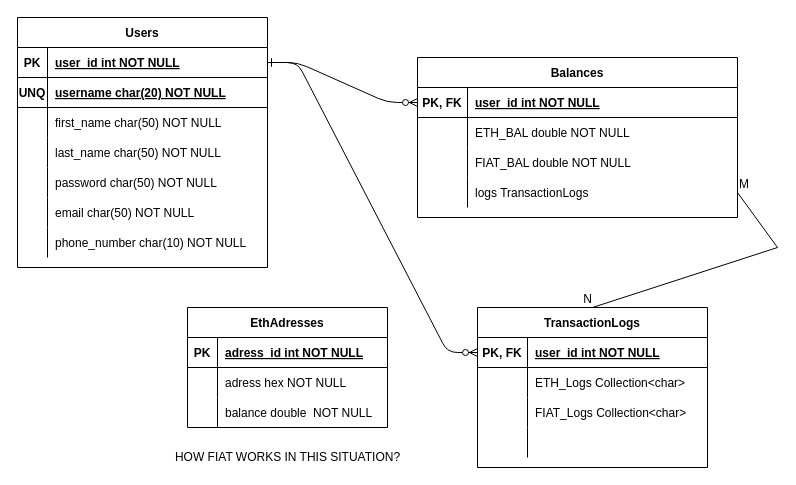
Before: DrawIo diagrams/DatabaseTables.drawio in Danyelss/License-Backend-Spring-Boot, a draw.io diagram. Source tidied: cells renumbered, new cells numbered last; positions are measured from the earlier drawing's top-left corner, leaving out a move shared by most shapes. Both pictures are drawn from the tidied source at 100%, with x=0, y=0 at pixel (17, 17).
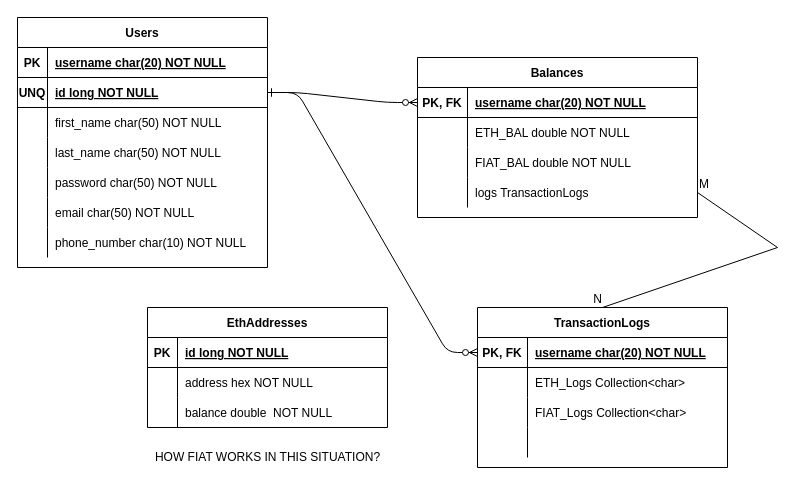
After the change.

The change refers to these unchanged cells:
```xml
<mxCell id="2" value="Users" style="shape=table;startSize=30;childLayout=tableLayout;rowLines=0;fontStyle=1;align=center;" parent="1" vertex="1">
  <mxGeometry width="250" height="250" as="geometry" />
</mxCell>
```

What changed in the source:
```diff
@@
+    <mxCell id="6" style="shape=partialRectangle;fillColor=none;top=0;left=0;right=0;bottom=1;" parent="2" vertex="1">
+      <mxGeometry y="30" width="250" height="30" as="geometry" />
+    </mxCell>
+    <mxCell id="7" value="PK" style="shape=partialRectangle;overflow=hidden;fillColor=none;top=0;left=0;bottom=0;right=0;fontStyle=1;" parent="6" vertex="1">
+      <mxGeometry width="30" height="30" as="geometry" />
+    </mxCell>
+    <mxCell id="8" value="username char(20) NOT NULL " style="shape=partialRectangle;overflow=hidden;fillColor=none;top=0;left=0;bottom=0;right=0;align=left;spacingLeft=6;fontStyle=5;" parent="6" vertex="1">
+      <mxGeometry x="30" width="220" height="30" as="geometry" />
+    </mxCell>
     <mxCell id="3" style="shape=partialRectangle;fillColor=none;points=[[0,0.5],[1,0.5]];portConstraint=eastwest;top=0;left=0;right=0;bottom=1;" parent="2" vertex="1">
-      <mxGeometry y="30" width="250" height="30" as="geometry" />
+      <mxGeometry y="60" width="250" height="30" as="geometry" />
     </mxCell>
-    <mxCell id="4" value="PK" style="shape=partialRectangle;overflow=hidden;fillColor=none;top=0;left=0;bottom=0;right=0;fontStyle=1;" parent="3" vertex="1">
+    <mxCell id="4" value="UNQ" style="shape=partialRectangle;overflow=hidden;fillColor=none;top=0;left=0;bottom=0;right=0;fontStyle=1;" parent="3" vertex="1">
       <mxGeometry width="30" height="30" as="geometry" />
     </mxCell>
-    <mxCell id="5" value="user_id int NOT NULL" style="shape=partialRectangle;overflow=hidden;fillColor=none;top=0;left=0;bottom=0;right=0;align=left;spacingLeft=6;fontStyle=5;" parent="3" vertex="1">
+    <mxCell id="5" value="id long NOT NULL" style="shape=partialRectangle;overflow=hidden;fillColor=none;top=0;left=0;bottom=0;right=0;align=left;spacingLeft=6;fontStyle=5;" parent="3" vertex="1">
       <mxGeometry x="30" width="220" height="30" as="geometry" />
     </mxCell>
-    <mxCell id="6" style="shape=partialRectangle;fillColor=none;top=0;left=0;right=0;bottom=1;" parent="2" vertex="1">
-      <mxGeometry y="60" width="250" height="30" as="geometry" />
-    </mxCell>
-    <mxCell id="7" value="UNQ" style="shape=partialRectangle;overflow=hidden;fillColor=none;top=0;left=0;bottom=0;right=0;fontStyle=1;" parent="6" vertex="1">
-      <mxGeometry width="30" height="30" as="geometry" />
-    </mxCell>
-    <mxCell id="8" value="username char(20) NOT NULL " style="shape=partialRectangle;overflow=hidden;fillColor=none;top=0;left=0;bottom=0;right=0;align=left;spacingLeft=6;fontStyle=5;" parent="6" vertex="1">
-      <mxGeometry x="30" width="220" height="30" as="geometry" />
-    </mxCell>
@@
     <mxCell id="24" value="Balances" style="shape=table;startSize=30;childLayout=tableLayout;rowLines=0;fontStyle=1;align=center;" parent="1" vertex="1">
-      <mxGeometry x="400" y="40" width="320" height="160" as="geometry" />
+      <mxGeometry x="400" y="40" width="280" height="160" as="geometry" />
     </mxCell>
     <mxCell id="25" style="shape=partialRectangle;fillColor=none;top=0;left=0;bottom=1;right=0;points=[[0,0.5],[1,0.5]];portConstraint=eastwest;" parent="24" vertex="1">
-      <mxGeometry y="30" width="320" height="30" as="geometry" />
+      <mxGeometry y="30" width="280" height="30" as="geometry" />
     </mxCell>
@@
-    <mxCell id="27" value="user_id int NOT NULL" style="shape=partialRectangle;fillColor=none;top=0;left=0;bottom=0;right=0;align=left;spacingLeft=6;fontStyle=5;overflow=hidden;" parent="25" vertex="1">
-      <mxGeometry x="50" width="270" height="30" as="geometry" />
+    <mxCell id="27" value="username char(20) NOT NULL" style="shape=partialRectangle;fillColor=none;top=0;left=0;bottom=0;right=0;align=left;spacingLeft=6;fontStyle=5;overflow=hidden;" parent="25" vertex="1">
+      <mxGeometry x="50" width="230" height="30" as="geometry" />
     </mxCell>
     <mxCell id="28" style="shape=partialRectangle;fillColor=none;top=0;left=0;bottom=0;right=0;" parent="24" vertex="1">
-      <mxGeometry y="60" width="320" height="30" as="geometry" />
+      <mxGeometry y="60" width="280" height="30" as="geometry" />
     </mxCell>
@@
     <mxCell id="30" value="ETH_BAL double NOT NULL" style="shape=partialRectangle;fillColor=none;top=0;left=0;bottom=0;right=0;align=left;spacingLeft=6;overflow=hidden;" parent="28" vertex="1">
-      <mxGeometry x="50" width="270" height="30" as="geometry" />
+      <mxGeometry x="50" width="230" height="30" as="geometry" />
     </mxCell>
     <mxCell id="31" style="shape=partialRectangle;fillColor=none;top=0;left=0;bottom=0;right=0;" parent="24" vertex="1">
-      <mxGeometry y="90" width="320" height="30" as="geometry" />
+      <mxGeometry y="90" width="280" height="30" as="geometry" />
     </mxCell>
@@
     <mxCell id="33" value="FIAT_BAL double NOT NULL" style="shape=partialRectangle;fillColor=none;top=0;left=0;bottom=0;right=0;align=left;spacingLeft=6;overflow=hidden;" parent="31" vertex="1">
-      <mxGeometry x="50" width="270" height="30" as="geometry" />
+      <mxGeometry x="50" width="230" height="30" as="geometry" />
     </mxCell>
     <mxCell id="34" style="shape=partialRectangle;fillColor=none;top=0;left=0;bottom=0;right=0;points=[[0,0.5],[1,0.5]];portConstraint=eastwest;" parent="24" vertex="1">
-      <mxGeometry y="120" width="320" height="30" as="geometry" />
+      <mxGeometry y="120" width="280" height="30" as="geometry" />
     </mxCell>
@@
     <mxCell id="36" value="logs TransactionLogs" style="shape=partialRectangle;fillColor=none;top=0;left=0;bottom=0;right=0;align=left;spacingLeft=6;overflow=hidden;" parent="34" vertex="1">
-      <mxGeometry x="50" width="270" height="30" as="geometry" />
+      <mxGeometry x="50" width="230" height="30" as="geometry" />
     </mxCell>
@@
-    <mxCell id="38" value="EthAdresses" style="shape=table;startSize=30;childLayout=tableLayout;rowLines=0;fontStyle=1;align=center;" parent="1" vertex="1">
-      <mxGeometry x="170" y="290" width="200" height="120" as="geometry" />
+    <mxCell id="38" value="EthAddresses" style="shape=table;startSize=30;childLayout=tableLayout;rowLines=0;fontStyle=1;align=center;" parent="1" vertex="1">
+      <mxGeometry x="130" y="290" width="240" height="120" as="geometry" />
     </mxCell>
     <mxCell id="39" style="shape=partialRectangle;fillColor=none;top=0;left=0;bottom=1;right=0;" parent="38" vertex="1">
-      <mxGeometry y="30" width="200" height="30" as="geometry" />
+      <mxGeometry y="30" width="240" height="30" as="geometry" />
     </mxCell>
@@
-    <mxCell id="41" value="adress_id int NOT NULL" style="shape=partialRectangle;fillColor=none;top=0;left=0;bottom=0;right=0;align=left;spacingLeft=6;fontStyle=5;overflow=hidden;" parent="39" vertex="1">
-      <mxGeometry x="30" width="170" height="30" as="geometry" />
+    <mxCell id="41" value="id long NOT NULL" style="shape=partialRectangle;fillColor=none;top=0;left=0;bottom=0;right=0;align=left;spacingLeft=6;fontStyle=5;overflow=hidden;" parent="39" vertex="1">
+      <mxGeometry x="30" width="210" height="30" as="geometry" />
     </mxCell>
     <mxCell id="42" style="shape=partialRectangle;fillColor=none;top=0;left=0;bottom=0;right=0;" parent="38" vertex="1">
-      <mxGeometry y="60" width="200" height="30" as="geometry" />
+      <mxGeometry y="60" width="240" height="30" as="geometry" />
     </mxCell>
@@
-    <mxCell id="44" value="adress hex NOT NULL" style="shape=partialRectangle;fillColor=none;top=0;left=0;bottom=0;right=0;align=left;spacingLeft=6;overflow=hidden;" parent="42" vertex="1">
-      <mxGeometry x="30" width="170" height="30" as="geometry" />
+    <mxCell id="44" value="address hex NOT NULL" style="shape=partialRectangle;fillColor=none;top=0;left=0;bottom=0;right=0;align=left;spacingLeft=6;overflow=hidden;" parent="42" vertex="1">
+      <mxGeometry x="30" width="210" height="30" as="geometry" />
     </mxCell>
     <mxCell id="45" style="shape=partialRectangle;fillColor=none;top=0;left=0;bottom=0;right=0;" parent="38" vertex="1">
-      <mxGeometry y="90" width="200" height="30" as="geometry" />
+      <mxGeometry y="90" width="240" height="30" as="geometry" />
     </mxCell>
@@
     <mxCell id="47" value="balance double  NOT NULL" style="shape=partialRectangle;fillColor=none;top=0;left=0;bottom=0;right=0;align=left;spacingLeft=6;overflow=hidden;" parent="45" vertex="1">
-      <mxGeometry x="30" width="170" height="30" as="geometry" />
+      <mxGeometry x="30" width="210" height="30" as="geometry" />
     </mxCell>
     <mxCell id="48" value="HOW FIAT WORKS IN THIS SITUATION?" style="text;html=1;align=center;verticalAlign=middle;strokeColor=none;fillColor=none;" parent="1" vertex="1">
-      <mxGeometry x="150" y="430" width="240" height="20" as="geometry" />
+      <mxGeometry x="130" y="430" width="240" height="20" as="geometry" />
     </mxCell>
     <mxCell id="49" value="TransactionLogs" style="shape=table;startSize=30;childLayout=tableLayout;rowLines=0;fontStyle=1;align=center;" parent="1" vertex="1">
-      <mxGeometry x="460" y="290" width="230" height="160" as="geometry" />
+      <mxGeometry x="460" y="290" width="250" height="160" as="geometry" />
     </mxCell>
     <mxCell id="50" style="shape=partialRectangle;fillColor=none;top=0;left=0;bottom=1;right=0;points=[[0,0.5],[1,0.5]];portConstraint=eastwest;" parent="49" vertex="1">
-      <mxGeometry y="30" width="230" height="30" as="geometry" />
+      <mxGeometry y="30" width="250" height="30" as="geometry" />
     </mxCell>
@@
-    <mxCell id="52" value="user_id int NOT NULL" style="shape=partialRectangle;fillColor=none;top=0;left=0;bottom=0;right=0;align=left;spacingLeft=6;fontStyle=5;overflow=hidden;" parent="50" vertex="1">
-      <mxGeometry x="50" width="180" height="30" as="geometry" />
+    <mxCell id="52" value="username char(20) NOT NULL" style="shape=partialRectangle;fillColor=none;top=0;left=0;bottom=0;right=0;align=left;spacingLeft=6;fontStyle=5;overflow=hidden;" parent="50" vertex="1">
+      <mxGeometry x="50" width="200" height="30" as="geometry" />
     </mxCell>
     <mxCell id="53" style="shape=partialRectangle;fillColor=none;top=0;left=0;bottom=0;right=0;" parent="49" vertex="1">
-      <mxGeometry y="60" width="230" height="30" as="geometry" />
+      <mxGeometry y="60" width="250" height="30" as="geometry" />
     </mxCell>
@@
     <mxCell id="55" value="ETH_Logs Collection&lt;char&gt;" style="shape=partialRectangle;fillColor=none;top=0;left=0;bottom=0;right=0;align=left;spacingLeft=6;overflow=hidden;" parent="53" vertex="1">
-      <mxGeometry x="50" width="180" height="30" as="geometry" />
+      <mxGeometry x="50" width="200" height="30" as="geometry" />
     </mxCell>
     <mxCell id="56" style="shape=partialRectangle;fillColor=none;top=0;left=0;bottom=0;right=0;" parent="49" vertex="1">
-      <mxGeometry y="90" width="230" height="30" as="geometry" />
+      <mxGeometry y="90" width="250" height="30" as="geometry" />
     </mxCell>
@@
     <mxCell id="58" value="FIAT_Logs Collection&lt;char&gt;" style="shape=partialRectangle;fillColor=none;top=0;left=0;bottom=0;right=0;align=left;spacingLeft=6;overflow=hidden;" parent="56" vertex="1">
-      <mxGeometry x="50" width="180" height="30" as="geometry" />
+      <mxGeometry x="50" width="200" height="30" as="geometry" />
     </mxCell>
     <mxCell id="59" style="shape=partialRectangle;fillColor=none;top=0;left=0;bottom=0;right=0;" parent="49" vertex="1">
-      <mxGeometry y="120" width="230" height="30" as="geometry" />
+      <mxGeometry y="120" width="250" height="30" as="geometry" />
     </mxCell>
@@
     <mxCell id="61" style="shape=partialRectangle;fillColor=none;top=0;left=0;bottom=0;right=0;align=left;spacingLeft=6;overflow=hidden;" parent="59" vertex="1">
-      <mxGeometry x="50" width="180" height="30" as="geometry" />
+      <mxGeometry x="50" width="200" height="30" as="geometry" />
     </mxCell>
```
